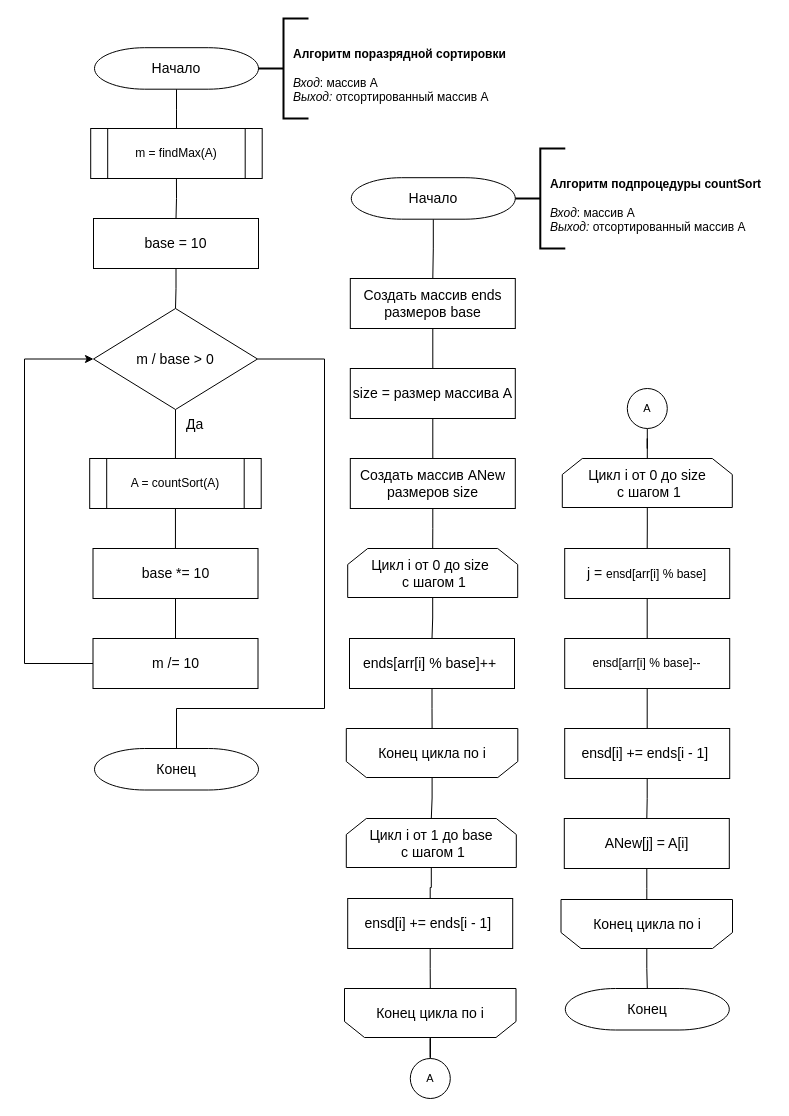
mshsvnv/AlgorithmAnalysis keeps this draw.io diagram as page "Поразрядная сортировка1" (1 of 3) of lab_03/report/schemes/algorithms.drawio. Above is the earlier version. Source tidied: cells renumbered, new cells numbered last; positions are measured from the earlier drawing's top-left corner, leaving out a move shared by most shapes. Both pictures are drawn from the tidied source at 100%, with x=0, y=0 at pixel (24, 18).
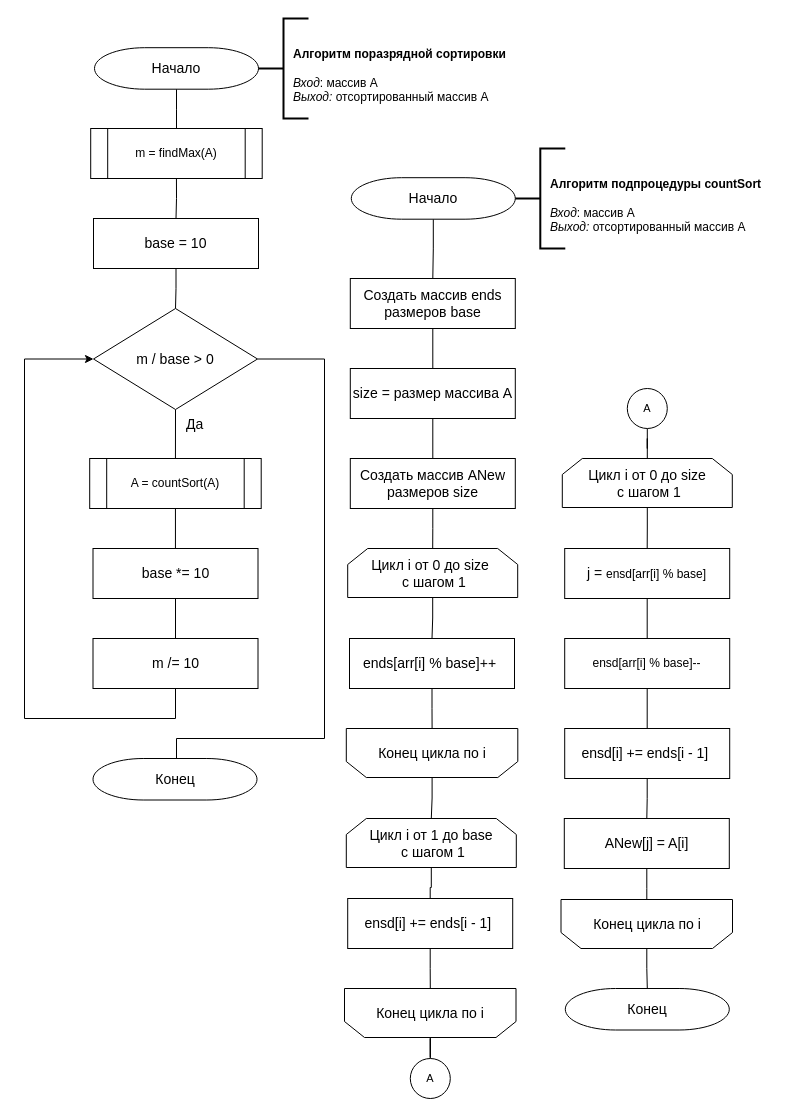
Above is the later version.

Unchanged cells that the change refers to:
```xml
<mxCell id="11" value="&lt;span style=&quot;font-size: 14px;&quot;&gt;m / base &amp;gt; 0&lt;/span&gt;" style="strokeWidth=1;html=1;shape=mxgraph.flowchart.decision;whiteSpace=wrap;rounded=0;fontSize=11;" parent="1" vertex="1">
  <mxGeometry x="69" y="290" width="164" height="101" as="geometry" />
</mxCell>
<mxCell id="16" value="&lt;span style=&quot;font-size: 14px;&quot;&gt;m /= 10&lt;/span&gt;" style="rounded=0;whiteSpace=wrap;html=1;absoluteArcSize=1;arcSize=14;strokeWidth=1;" parent="1" vertex="1">
  <mxGeometry x="68.5" y="620" width="165" height="50" as="geometry" />
</mxCell>
```

What changed in the source:
```diff
@@
     <mxCell id="17" value="&lt;span style=&quot;font-size: 14px;&quot;&gt;Конец&lt;/span&gt;" style="strokeWidth=1;html=1;shape=mxgraph.flowchart.terminator;whiteSpace=wrap;" parent="1" vertex="1">
-      <mxGeometry x="70" y="730" width="164" height="41.5" as="geometry" />
+      <mxGeometry x="68.5" y="740" width="164" height="41.5" as="geometry" />
     </mxCell>
-    <mxCell id="18" style="edgeStyle=orthogonalEdgeStyle;rounded=0;jettySize=auto;html=1;entryX=0;entryY=0.5;entryDx=0;entryDy=0;entryPerimeter=0;" parent="1" edge="1" source="16" target="11">
+    <mxCell id="18" style="edgeStyle=orthogonalEdgeStyle;rounded=0;jettySize=auto;html=1;entryX=0;entryY=0.5;entryDx=0;entryDy=0;entryPerimeter=0;exitX=0.5;exitY=1;exitDx=0;exitDy=0;" parent="1" edge="1" source="16" target="11">
       <mxGeometry relative="1" as="geometry">
         <Array as="points">
-          <mxPoint y="645" />
+          <mxPoint x="151" y="700" />
+          <mxPoint y="700" />
           <mxPoint y="341" />
         </Array>
       </mxGeometry>
     </mxCell>
     <mxCell id="19" style="edgeStyle=orthogonalEdgeStyle;rounded=0;jettySize=auto;html=1;exitX=1;exitY=0.5;exitDx=0;exitDy=0;exitPerimeter=0;entryX=0.5;entryY=0;entryDx=0;entryDy=0;entryPerimeter=0;endArrow=none;endFill=0;" parent="1" edge="1" source="11" target="17">
       <mxGeometry relative="1" as="geometry">
         <Array as="points">
           <mxPoint x="300" y="341" />
-          <mxPoint x="300" y="690" />
-          <mxPoint x="152" y="690" />
+          <mxPoint x="300" y="720" />
+          <mxPoint x="152" y="720" />
+          <mxPoint x="152" y="740" />
         </Array>
       </mxGeometry>
     </mxCell>
```
